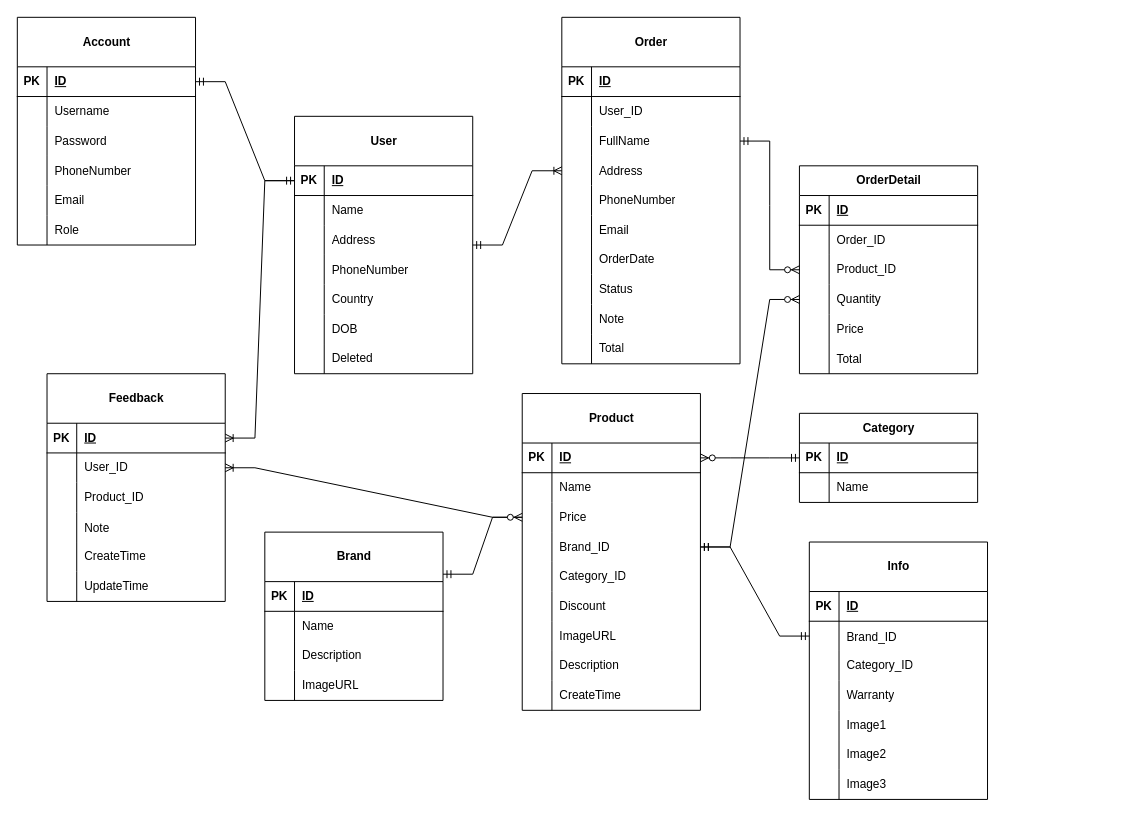
Before: ERD/ERD for Assignment.drawio in HungGH32/SE1740, a draw.io diagram. Source tidied: cells renumbered, new cells numbered last; positions are measured from the earlier drawing's top-left corner, leaving out a move shared by most shapes. Both pictures are drawn from the tidied source at 99%, with x=0, y=0 at pixel (17, 17).
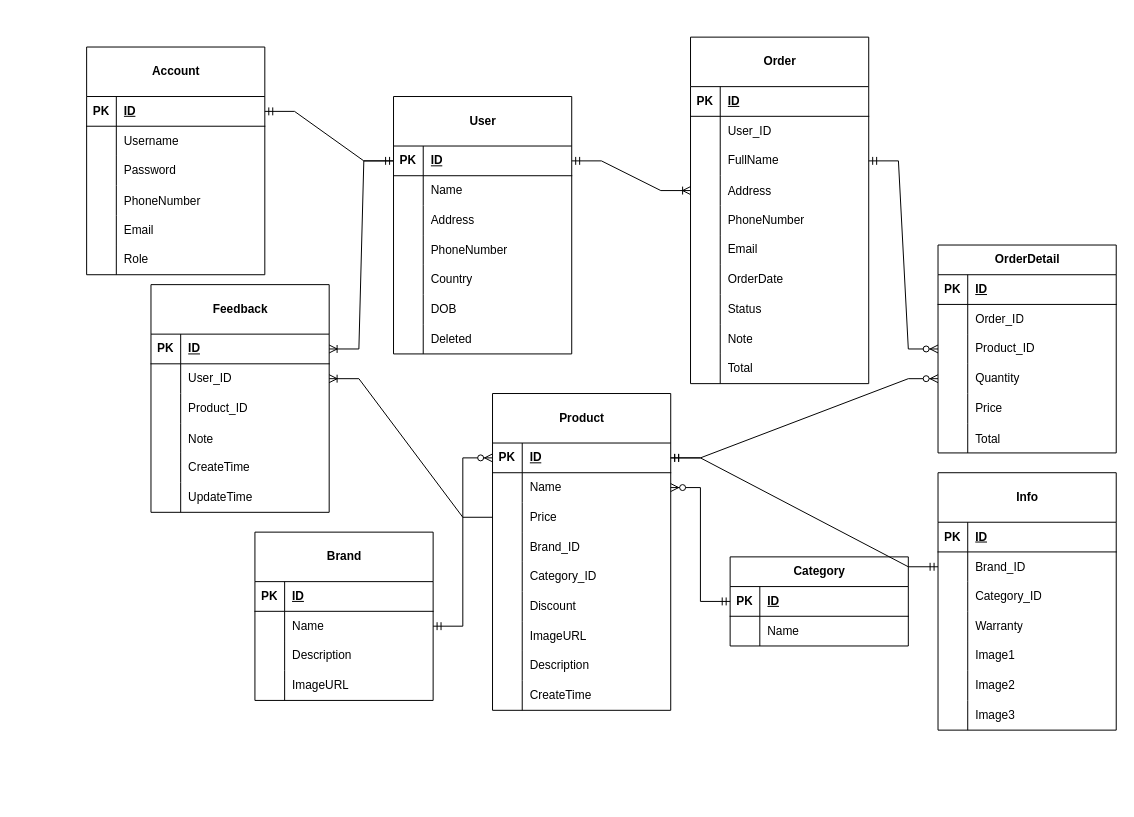
The same diagram, later.

The change refers to these unchanged cells:
```xml
<mxCell id="3" style="shape=tableRow;horizontal=0;startSize=0;swimlaneHead=0;swimlaneBody=0;fillColor=none;points=[[0,0.5],[1,0.5]];portConstraint=eastwest;top=0;left=0;right=0;bottom=1;" parent="2" vertex="1">
  <mxGeometry y="50" width="180" height="30" as="geometry" />
</mxCell>
<mxCell id="34" style="shape=tableRow;horizontal=0;startSize=0;swimlaneHead=0;swimlaneBody=0;fillColor=none;points=[[0,0.5],[1,0.5]];portConstraint=eastwest;top=0;left=0;right=0;bottom=0;" parent="24" vertex="1">
  <mxGeometry y="120" width="180" height="30" as="geometry" />
</mxCell>
<mxCell id="44" style="shape=tableRow;horizontal=0;startSize=0;swimlaneHead=0;swimlaneBody=0;fillColor=none;points=[[0,0.5],[1,0.5]];portConstraint=eastwest;top=0;left=0;right=0;bottom=1;" parent="43" vertex="1">
  <mxGeometry y="30" width="180" height="30" as="geometry" />
</mxCell>
<mxCell id="73" style="shape=tableRow;horizontal=0;startSize=0;swimlaneHead=0;swimlaneBody=0;fillColor=none;points=[[0,0.5],[1,0.5]];portConstraint=eastwest;top=0;left=0;right=0;bottom=0;" parent="69" vertex="1">
  <mxGeometry y="80" width="180" height="30" as="geometry" />
</mxCell>
<mxCell id="92" style="shape=tableRow;horizontal=0;startSize=0;swimlaneHead=0;swimlaneBody=0;fillColor=none;points=[[0,0.5],[1,0.5]];portConstraint=eastwest;top=0;left=0;right=0;bottom=0;" parent="82" vertex="1">
  <mxGeometry y="140" width="180" height="30" as="geometry" />
</mxCell>
<mxCell id="114" style="shape=tableRow;horizontal=0;startSize=0;swimlaneHead=0;swimlaneBody=0;fillColor=none;points=[[0,0.5],[1,0.5]];portConstraint=eastwest;top=0;left=0;right=0;bottom=1;" parent="113" vertex="1">
  <mxGeometry y="50" width="180" height="30" as="geometry" />
</mxCell>
<mxCell id="117" style="shape=tableRow;horizontal=0;startSize=0;swimlaneHead=0;swimlaneBody=0;fillColor=none;points=[[0,0.5],[1,0.5]];portConstraint=eastwest;top=0;left=0;right=0;bottom=0;" parent="113" vertex="1">
  <mxGeometry y="80" width="180" height="30" as="geometry" />
</mxCell>
<mxCell id="120" style="shape=tableRow;horizontal=0;startSize=0;swimlaneHead=0;swimlaneBody=0;fillColor=none;points=[[0,0.5],[1,0.5]];portConstraint=eastwest;top=0;left=0;right=0;bottom=0;" parent="113" vertex="1">
  <mxGeometry y="110" width="180" height="30" as="geometry" />
</mxCell>
<mxCell id="123" style="shape=tableRow;horizontal=0;startSize=0;swimlaneHead=0;swimlaneBody=0;fillColor=none;points=[[0,0.5],[1,0.5]];portConstraint=eastwest;top=0;left=0;right=0;bottom=0;" parent="113" vertex="1">
  <mxGeometry y="140" width="180" height="30" as="geometry" />
</mxCell>
<mxCell id="145" style="shape=tableRow;horizontal=0;startSize=0;swimlaneHead=0;swimlaneBody=0;fillColor=none;points=[[0,0.5],[1,0.5]];portConstraint=eastwest;top=0;left=0;right=0;bottom=0;" parent="141" vertex="1">
  <mxGeometry y="80" width="180" height="30" as="geometry" />
</mxCell>
```

What changed in the source:
```diff
@@
     <mxCell id="2" value="User" style="shape=table;startSize=50;childLayout=tableLayout;rowLines=0;fontStyle=1;align=center;html=1;" parent="1" vertex="1">
-      <mxGeometry x="280" y="100" width="180" height="260" as="geometry" />
+      <mxGeometry x="380" y="80" width="180" height="260" as="geometry" />
     </mxCell>
@@
     <mxCell id="24" value="OrderDetail" style="shape=table;startSize=30;childLayout=tableLayout;rowLines=0;fontStyle=1;align=center;html=1;" parent="1" vertex="1">
-      <mxGeometry x="790" y="150" width="180" height="210" as="geometry" />
+      <mxGeometry x="930" y="230" width="180" height="210" as="geometry" />
     </mxCell>
@@
     <mxCell id="43" value="Category" style="shape=table;startSize=30;childLayout=tableLayout;rowLines=0;fontStyle=1;align=center;html=1;" parent="1" vertex="1">
-      <mxGeometry x="790" y="400" width="180" height="90" as="geometry" />
+      <mxGeometry x="720" y="545" width="180" height="90" as="geometry" />
     </mxCell>
@@
     <mxCell id="50" value="Feedback" style="shape=table;startSize=50;childLayout=tableLayout;rowLines=0;fontStyle=1;align=center;html=1;" parent="1" vertex="1">
-      <mxGeometry x="30" y="360" width="180" height="230" as="geometry" />
+      <mxGeometry x="135" y="270" width="180" height="230" as="geometry" />
     </mxCell>
@@
     <mxCell id="69" value="Brand" style="shape=table;startSize=50;childLayout=tableLayout;rowLines=0;fontStyle=1;align=center;html=1;" parent="1" vertex="1">
-      <mxGeometry x="250" y="520" width="180" height="170" as="geometry" />
+      <mxGeometry x="240" y="520" width="180" height="170" as="geometry" />
     </mxCell>
@@
     <mxCell id="82" value="Order" style="shape=table;startSize=50;childLayout=tableLayout;rowLines=0;fontStyle=1;align=center;html=1;" parent="1" vertex="1">
-      <mxGeometry x="550" width="180" height="350" as="geometry" />
+      <mxGeometry x="680" y="20" width="180" height="350" as="geometry" />
     </mxCell>
@@
     <mxCell id="113" value="Product" style="shape=table;startSize=50;childLayout=tableLayout;rowLines=0;fontStyle=1;align=center;html=1;" parent="1" vertex="1">
-      <mxGeometry x="510" y="380" width="180" height="320" as="geometry" />
+      <mxGeometry x="480" y="380" width="180" height="320" as="geometry" />
     </mxCell>
@@
     <mxCell id="141" value="Info" style="shape=table;startSize=50;childLayout=tableLayout;rowLines=0;fontStyle=1;align=center;html=1;" parent="1" vertex="1">
-      <mxGeometry x="800" y="530" width="180" height="260" as="geometry" />
+      <mxGeometry x="930" y="460" width="180" height="260" as="geometry" />
     </mxCell>
@@
     <mxCell id="163" value="Account" style="shape=table;startSize=50;childLayout=tableLayout;rowLines=0;fontStyle=1;align=center;html=1;" parent="1" vertex="1">
-      <mxGeometry width="180" height="230" as="geometry" />
+      <mxGeometry x="70" y="30" width="180" height="230" as="geometry" />
     </mxCell>
@@
-    <mxCell id="184" style="edgeStyle=entityRelationEdgeStyle;fontSize=12;html=1;endArrow=ERoneToMany;startArrow=ERmandOne;rounded=0;entryX=0;entryY=0.5;entryDx=0;entryDy=0;" parent="1" edge="1" target="92">
-      <mxGeometry relative="1" as="geometry">
-        <mxPoint x="460" y="230" as="sourcePoint" />
-      </mxGeometry>
+    <mxCell id="184" style="edgeStyle=entityRelationEdgeStyle;fontSize=12;html=1;endArrow=ERoneToMany;startArrow=ERmandOne;rounded=0;entryX=0;entryY=0.5;entryDx=0;entryDy=0;exitX=1;exitY=0.5;exitDx=0;exitDy=0;" parent="1" edge="1" source="3" target="92">
+      <mxGeometry relative="1" as="geometry" />
     </mxCell>
@@
-    <mxCell id="186" style="edgeStyle=entityRelationEdgeStyle;fontSize=12;html=1;endArrow=ERzeroToMany;startArrow=ERmandOne;rounded=0;entryX=0;entryY=0.5;entryDx=0;entryDy=0;exitX=1;exitY=0.25;exitDx=0;exitDy=0;" parent="1" edge="1" source="69" target="120">
+    <mxCell id="186" style="edgeStyle=entityRelationEdgeStyle;fontSize=12;html=1;endArrow=ERzeroToMany;startArrow=ERmandOne;rounded=0;entryX=0;entryY=0.5;entryDx=0;entryDy=0;exitX=1;exitY=0.5;exitDx=0;exitDy=0;" parent="1" edge="1" source="73" target="114">
       <mxGeometry relative="1" as="geometry" />
     </mxCell>
-    <mxCell id="187" style="edgeStyle=entityRelationEdgeStyle;fontSize=12;html=1;endArrow=ERzeroToMany;startArrow=ERmandOne;rounded=0;exitX=0;exitY=0.5;exitDx=0;exitDy=0;entryX=1;entryY=0.5;entryDx=0;entryDy=0;" parent="1" edge="1" source="44" target="114">
+    <mxCell id="187" style="edgeStyle=entityRelationEdgeStyle;fontSize=12;html=1;endArrow=ERzeroToMany;startArrow=ERmandOne;rounded=0;exitX=0;exitY=0.5;exitDx=0;exitDy=0;entryX=1;entryY=0.5;entryDx=0;entryDy=0;" parent="1" edge="1" source="44" target="117">
       <mxGeometry relative="1" as="geometry" />
     </mxCell>
-    <mxCell id="188" style="edgeStyle=entityRelationEdgeStyle;fontSize=12;html=1;endArrow=ERmandOne;startArrow=ERmandOne;rounded=0;exitX=1;exitY=0.5;exitDx=0;exitDy=0;entryX=0;entryY=0.5;entryDx=0;entryDy=0;" parent="1" edge="1" source="123" target="145">
+    <mxCell id="188" style="edgeStyle=entityRelationEdgeStyle;fontSize=12;html=1;endArrow=ERmandOne;startArrow=ERmandOne;rounded=0;exitX=1;exitY=0.5;exitDx=0;exitDy=0;entryX=0;entryY=0.5;entryDx=0;entryDy=0;" parent="1" edge="1" source="114" target="145">
       <mxGeometry relative="1" as="geometry" />
     </mxCell>
@@
-    <mxCell id="190" style="edgeStyle=entityRelationEdgeStyle;fontSize=12;html=1;endArrow=ERzeroToMany;startArrow=ERmandOne;rounded=0;exitX=1;exitY=0.5;exitDx=0;exitDy=0;entryX=0;entryY=0.5;entryDx=0;entryDy=0;" parent="1" edge="1" source="123" target="34">
+    <mxCell id="190" style="edgeStyle=entityRelationEdgeStyle;fontSize=12;html=1;endArrow=ERzeroToMany;startArrow=ERmandOne;rounded=0;exitX=1;exitY=0.5;exitDx=0;exitDy=0;entryX=0;entryY=0.5;entryDx=0;entryDy=0;" parent="1" edge="1" source="114" target="34">
       <mxGeometry relative="1" as="geometry" />
     </mxCell>
```
